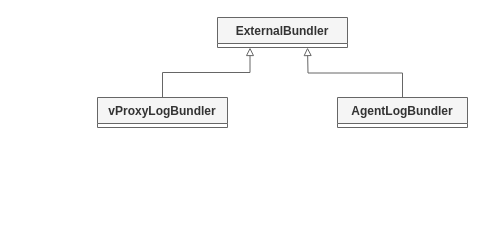
gaivin/drawio keeps this draw.io diagram as page "ExternalLogBundler" (13 of 13) of st/K8S_Logging.drawio. Above is the earlier version. Source tidied: cells renumbered, new cells numbered last; positions are measured from the earlier drawing's top-left corner, leaving out a move shared by most shapes. Both pictures are drawn from the tidied source at 100%, with x=0, y=0 at pixel (97, 17).
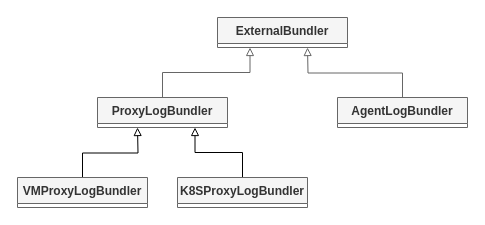
After the change.

Diff of the diagram source:
```diff
@@
 <mxGraphModel>
   <root>
     <mxCell id="0" />
     <mxCell id="1" parent="0" />
     <mxCell id="2" value="ExternalBundler" style="swimlane;fontStyle=1;align=center;verticalAlign=top;horizontal=1;startSize=26;whiteSpace=wrap;html=1;fillColor=#f5f5f5;strokeColor=#666666;fontColor=#333333;" parent="1" vertex="1" collapsed="1">
       <mxGeometry x="120" width="130" height="30" as="geometry" />
     </mxCell>
     <mxCell id="3" style="edgeStyle=orthogonalEdgeStyle;rounded=0;jettySize=auto;html=1;exitX=0.5;exitY=0;exitDx=0;exitDy=0;entryX=0.25;entryY=1;entryDx=0;entryDy=0;endArrow=block;endFill=0;fillColor=#f5f5f5;strokeColor=#666666;" parent="1" edge="1" source="4" target="2">
       <mxGeometry relative="1" as="geometry" />
     </mxCell>
-    <mxCell id="4" value="vProxyLogBundler" style="swimlane;fontStyle=1;align=center;verticalAlign=top;horizontal=1;startSize=26;whiteSpace=wrap;html=1;fillColor=#f5f5f5;strokeColor=#666666;fontColor=#333333;" parent="1" vertex="1" collapsed="1">
+    <mxCell id="4" value="ProxyLogBundler" style="swimlane;fontStyle=1;align=center;verticalAlign=top;horizontal=1;startSize=26;whiteSpace=wrap;html=1;fillColor=#f5f5f5;strokeColor=#666666;fontColor=#333333;" parent="1" vertex="1" collapsed="1">
       <mxGeometry y="80" width="130" height="30" as="geometry" />
     </mxCell>
     <mxCell id="5" style="edgeStyle=orthogonalEdgeStyle;rounded=0;jettySize=auto;html=1;exitX=0.5;exitY=0;exitDx=0;exitDy=0;endArrow=block;endFill=0;fillColor=#f5f5f5;strokeColor=#666666;" parent="1" edge="1" source="6">
       <mxGeometry relative="1" as="geometry">
         <mxPoint x="210" y="30" as="targetPoint" />
       </mxGeometry>
     </mxCell>
     <mxCell id="6" value="AgentLogBundler" style="swimlane;fontStyle=1;align=center;verticalAlign=top;horizontal=1;startSize=26;whiteSpace=wrap;html=1;fillColor=#f5f5f5;strokeColor=#666666;fontColor=#333333;" parent="1" vertex="1" collapsed="1">
       <mxGeometry x="240" y="80" width="130" height="30" as="geometry" />
     </mxCell>
+    <mxCell id="7" style="edgeStyle=orthogonalEdgeStyle;rounded=0;jettySize=auto;html=1;exitX=0.5;exitY=0;exitDx=0;exitDy=0;endArrow=block;endFill=0;" parent="1" edge="1" source="8">
+      <mxGeometry relative="1" as="geometry">
+        <mxPoint x="40" y="110" as="targetPoint" />
+      </mxGeometry>
+    </mxCell>
+    <mxCell id="8" value="VMProxyLogBundler" style="swimlane;fontStyle=1;align=center;verticalAlign=top;horizontal=1;startSize=26;whiteSpace=wrap;html=1;fillColor=#f5f5f5;strokeColor=#666666;fontColor=#333333;" parent="1" vertex="1" collapsed="1">
+      <mxGeometry x="-80" y="160" width="130" height="30" as="geometry" />
+    </mxCell>
+    <mxCell id="9" style="edgeStyle=orthogonalEdgeStyle;rounded=0;jettySize=auto;html=1;exitX=0.5;exitY=0;exitDx=0;exitDy=0;entryX=0.75;entryY=1;entryDx=0;entryDy=0;endArrow=block;endFill=0;" parent="1" edge="1" source="10" target="4">
+      <mxGeometry relative="1" as="geometry" />
+    </mxCell>
+    <mxCell id="10" value="K8SProxyLogBundler" style="swimlane;fontStyle=1;align=center;verticalAlign=top;horizontal=1;startSize=26;whiteSpace=wrap;html=1;fillColor=#f5f5f5;strokeColor=#666666;fontColor=#333333;" parent="1" vertex="1" collapsed="1">
+      <mxGeometry x="80" y="160" width="130" height="30" as="geometry" />
+    </mxCell>
   </root>
 </mxGraphModel>
```
